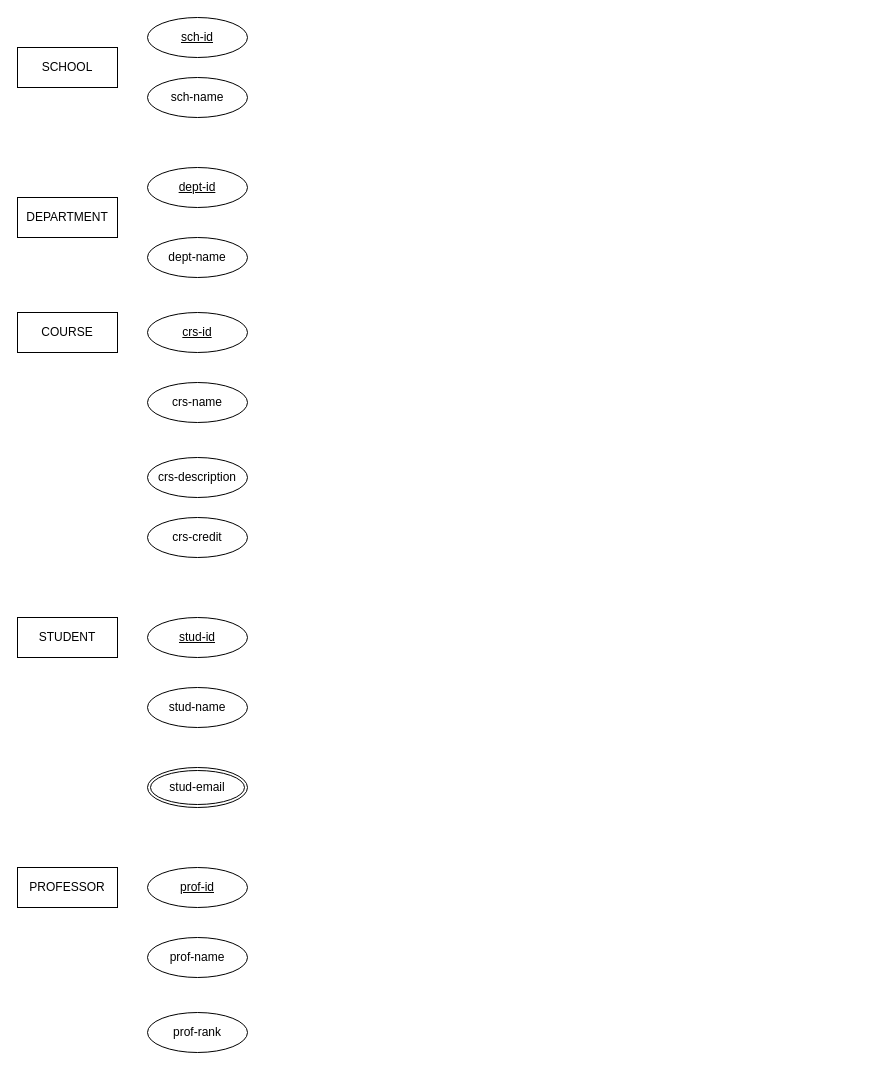
Above: page "校務教務資料庫1" (3 of 4) of HW1/HW1.drawio in alicejimmy/2022-Bioinformatics-and-Medical-Databases-HW (draw.io), before the change. Source tidied: cells renumbered, new cells numbered last; positions are measured from the earlier drawing's top-left corner, leaving out a move shared by most shapes. Both pictures are drawn from the tidied source at 100%, with x=0, y=0 at pixel (17, 17).
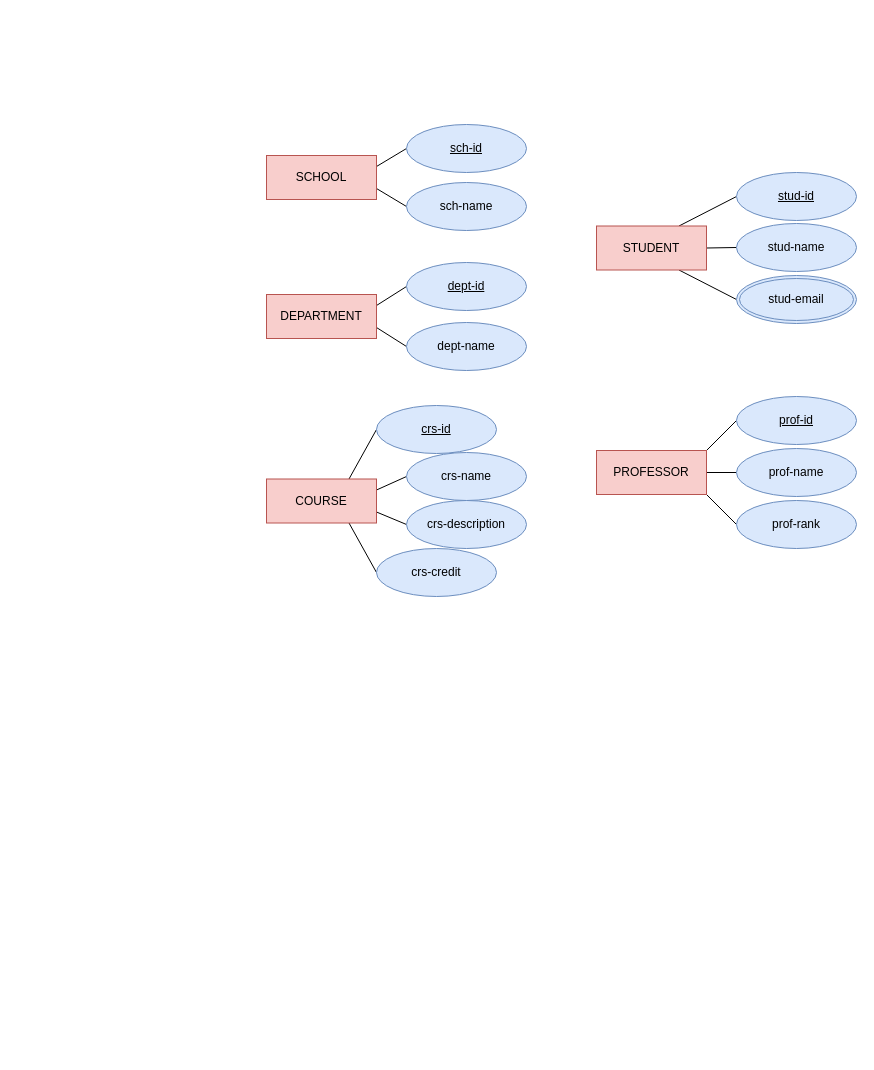
The same page after the edit.

What changed in the source:
```diff
@@
+    <mxCell id="21" style="rounded=0;jettySize=auto;html=1;exitX=1;exitY=0.25;exitDx=0;exitDy=0;entryX=0;entryY=0.5;entryDx=0;entryDy=0;endArrow=none;endFill=0;" parent="1" edge="1" source="2" target="3">
+      <mxGeometry relative="1" as="geometry" />
+    </mxCell>
+    <mxCell id="22" style="edgeStyle=none;rounded=0;jettySize=auto;html=1;exitX=1;exitY=0.75;exitDx=0;exitDy=0;entryX=0;entryY=0.5;entryDx=0;entryDy=0;endArrow=none;endFill=0;" parent="1" edge="1" source="2" target="4">
+      <mxGeometry relative="1" as="geometry" />
+    </mxCell>
-    <mxCell id="2" value="SCHOOL" style="whiteSpace=wrap;html=1;align=center;" parent="1" vertex="1">
-      <mxGeometry y="30" width="100" height="40" as="geometry" />
+    <mxCell id="2" value="SCHOOL" style="whiteSpace=wrap;html=1;align=center;fillColor=#f8cecc;strokeColor=#b85450;" parent="1" vertex="1">
+      <mxGeometry x="249" y="138" width="110" height="44" as="geometry" />
     </mxCell>
-    <mxCell id="3" value="sch-id" style="ellipse;whiteSpace=wrap;html=1;align=center;fontStyle=4;" parent="1" vertex="1">
-      <mxGeometry x="130" width="100" height="40" as="geometry" />
+    <mxCell id="3" value="sch-id" style="ellipse;whiteSpace=wrap;html=1;align=center;fontStyle=4;fillColor=#dae8fc;strokeColor=#6c8ebf;" parent="1" vertex="1">
+      <mxGeometry x="389" y="107" width="120" height="48" as="geometry" />
     </mxCell>
-    <mxCell id="4" value="sch-name" style="ellipse;whiteSpace=wrap;html=1;align=center;" parent="1" vertex="1">
-      <mxGeometry x="130" y="60" width="100" height="40" as="geometry" />
+    <mxCell id="4" value="sch-name" style="ellipse;whiteSpace=wrap;html=1;align=center;fillColor=#dae8fc;strokeColor=#6c8ebf;" parent="1" vertex="1">
+      <mxGeometry x="389" y="165" width="120" height="48" as="geometry" />
     </mxCell>
+    <mxCell id="23" style="edgeStyle=none;rounded=0;jettySize=auto;html=1;exitX=1;exitY=0.25;exitDx=0;exitDy=0;entryX=0;entryY=0.5;entryDx=0;entryDy=0;endArrow=none;endFill=0;" parent="1" edge="1" source="5" target="6">
+      <mxGeometry relative="1" as="geometry" />
+    </mxCell>
+    <mxCell id="24" style="edgeStyle=none;rounded=0;jettySize=auto;html=1;exitX=1;exitY=0.75;exitDx=0;exitDy=0;entryX=0;entryY=0.5;entryDx=0;entryDy=0;endArrow=none;endFill=0;" parent="1" edge="1" source="5" target="7">
+      <mxGeometry relative="1" as="geometry" />
+    </mxCell>
-    <mxCell id="5" value="DEPARTMENT" style="whiteSpace=wrap;html=1;align=center;" parent="1" vertex="1">
-      <mxGeometry y="180" width="100" height="40" as="geometry" />
+    <mxCell id="5" value="DEPARTMENT" style="whiteSpace=wrap;html=1;align=center;fillColor=#f8cecc;strokeColor=#b85450;" parent="1" vertex="1">
+      <mxGeometry x="249" y="277" width="110" height="44" as="geometry" />
     </mxCell>
-    <mxCell id="6" value="dept-id" style="ellipse;whiteSpace=wrap;html=1;align=center;fontStyle=4;" parent="1" vertex="1">
-      <mxGeometry x="130" y="150" width="100" height="40" as="geometry" />
+    <mxCell id="6" value="dept-id" style="ellipse;whiteSpace=wrap;html=1;align=center;fontStyle=4;fillColor=#dae8fc;strokeColor=#6c8ebf;" parent="1" vertex="1">
+      <mxGeometry x="389" y="245" width="120" height="48" as="geometry" />
     </mxCell>
-    <mxCell id="7" value="dept-name" style="ellipse;whiteSpace=wrap;html=1;align=center;" parent="1" vertex="1">
-      <mxGeometry x="130" y="220" width="100" height="40" as="geometry" />
+    <mxCell id="7" value="dept-name" style="ellipse;whiteSpace=wrap;html=1;align=center;fillColor=#dae8fc;strokeColor=#6c8ebf;" parent="1" vertex="1">
+      <mxGeometry x="389" y="305" width="120" height="48" as="geometry" />
     </mxCell>
+    <mxCell id="25" style="edgeStyle=none;rounded=0;jettySize=auto;html=1;exitX=0.75;exitY=0;exitDx=0;exitDy=0;entryX=0;entryY=0.5;entryDx=0;entryDy=0;endArrow=none;endFill=0;" parent="1" edge="1" source="8" target="9">
+      <mxGeometry relative="1" as="geometry" />
+    </mxCell>
+    <mxCell id="26" style="edgeStyle=none;rounded=0;jettySize=auto;html=1;exitX=1;exitY=0.25;exitDx=0;exitDy=0;entryX=0;entryY=0.5;entryDx=0;entryDy=0;endArrow=none;endFill=0;" parent="1" edge="1" source="8" target="10">
+      <mxGeometry relative="1" as="geometry" />
+    </mxCell>
+    <mxCell id="27" style="edgeStyle=none;rounded=0;jettySize=auto;html=1;exitX=1;exitY=0.75;exitDx=0;exitDy=0;entryX=0;entryY=0.5;entryDx=0;entryDy=0;endArrow=none;endFill=0;" parent="1" edge="1" source="8" target="11">
+      <mxGeometry relative="1" as="geometry" />
+    </mxCell>
+    <mxCell id="28" style="edgeStyle=none;rounded=0;jettySize=auto;html=1;exitX=0.75;exitY=1;exitDx=0;exitDy=0;entryX=0;entryY=0.5;entryDx=0;entryDy=0;endArrow=none;endFill=0;" parent="1" edge="1" source="8" target="12">
+      <mxGeometry relative="1" as="geometry" />
+    </mxCell>
-    <mxCell id="8" value="COURSE" style="whiteSpace=wrap;html=1;align=center;" parent="1" vertex="1">
-      <mxGeometry y="295" width="100" height="40" as="geometry" />
+    <mxCell id="8" value="COURSE" style="whiteSpace=wrap;html=1;align=center;fillColor=#f8cecc;strokeColor=#b85450;" parent="1" vertex="1">
+      <mxGeometry x="249" y="461.5" width="110" height="44" as="geometry" />
     </mxCell>
-    <mxCell id="9" value="crs-id" style="ellipse;whiteSpace=wrap;html=1;align=center;fontStyle=4;" parent="1" vertex="1">
-      <mxGeometry x="130" y="295" width="100" height="40" as="geometry" />
+    <mxCell id="9" value="crs-id" style="ellipse;whiteSpace=wrap;html=1;align=center;fontStyle=4;fillColor=#dae8fc;strokeColor=#6c8ebf;" parent="1" vertex="1">
+      <mxGeometry x="359" y="388" width="120" height="48" as="geometry" />
     </mxCell>
-    <mxCell id="10" value="crs-name" style="ellipse;whiteSpace=wrap;html=1;align=center;" parent="1" vertex="1">
-      <mxGeometry x="130" y="365" width="100" height="40" as="geometry" />
+    <mxCell id="10" value="crs-name" style="ellipse;whiteSpace=wrap;html=1;align=center;fillColor=#dae8fc;strokeColor=#6c8ebf;" parent="1" vertex="1">
+      <mxGeometry x="389" y="435" width="120" height="48" as="geometry" />
     </mxCell>
-    <mxCell id="11" value="crs-description" style="ellipse;whiteSpace=wrap;html=1;align=center;" parent="1" vertex="1">
-      <mxGeometry x="130" y="440" width="100" height="40" as="geometry" />
+    <mxCell id="11" value="crs-description" style="ellipse;whiteSpace=wrap;html=1;align=center;fillColor=#dae8fc;strokeColor=#6c8ebf;" parent="1" vertex="1">
+      <mxGeometry x="389" y="483" width="120" height="48" as="geometry" />
     </mxCell>
-    <mxCell id="12" value="crs-credit" style="ellipse;whiteSpace=wrap;html=1;align=center;" parent="1" vertex="1">
-      <mxGeometry x="130" y="500" width="100" height="40" as="geometry" />
+    <mxCell id="12" value="crs-credit" style="ellipse;whiteSpace=wrap;html=1;align=center;fillColor=#dae8fc;strokeColor=#6c8ebf;" parent="1" vertex="1">
+      <mxGeometry x="359" y="531" width="120" height="48" as="geometry" />
     </mxCell>
+    <mxCell id="29" style="edgeStyle=none;rounded=0;jettySize=auto;html=1;exitX=0.75;exitY=0;exitDx=0;exitDy=0;entryX=0;entryY=0.5;entryDx=0;entryDy=0;endArrow=none;endFill=0;" parent="1" edge="1" source="13" target="14">
+      <mxGeometry relative="1" as="geometry" />
+    </mxCell>
+    <mxCell id="30" style="edgeStyle=none;rounded=0;jettySize=auto;html=1;exitX=1;exitY=0.5;exitDx=0;exitDy=0;entryX=0;entryY=0.5;entryDx=0;entryDy=0;endArrow=none;endFill=0;" parent="1" edge="1" source="13" target="15">
+      <mxGeometry relative="1" as="geometry" />
+    </mxCell>
+    <mxCell id="31" style="edgeStyle=none;rounded=0;jettySize=auto;html=1;exitX=0.75;exitY=1;exitDx=0;exitDy=0;entryX=0;entryY=0.5;entryDx=0;entryDy=0;endArrow=none;endFill=0;" parent="1" edge="1" source="13" target="16">
+      <mxGeometry relative="1" as="geometry" />
+    </mxCell>
-    <mxCell id="13" value="STUDENT" style="whiteSpace=wrap;html=1;align=center;" parent="1" vertex="1">
-      <mxGeometry y="600" width="100" height="40" as="geometry" />
+    <mxCell id="13" value="STUDENT" style="whiteSpace=wrap;html=1;align=center;fillColor=#f8cecc;strokeColor=#b85450;" parent="1" vertex="1">
+      <mxGeometry x="579" y="208.5" width="110" height="44" as="geometry" />
     </mxCell>
-    <mxCell id="14" value="stud-id" style="ellipse;whiteSpace=wrap;html=1;align=center;fontStyle=4;" parent="1" vertex="1">
-      <mxGeometry x="130" y="600" width="100" height="40" as="geometry" />
+    <mxCell id="14" value="stud-id" style="ellipse;whiteSpace=wrap;html=1;align=center;fontStyle=4;fillColor=#dae8fc;strokeColor=#6c8ebf;" parent="1" vertex="1">
+      <mxGeometry x="719" y="155" width="120" height="48" as="geometry" />
     </mxCell>
-    <mxCell id="15" value="stud-name" style="ellipse;whiteSpace=wrap;html=1;align=center;" parent="1" vertex="1">
-      <mxGeometry x="130" y="670" width="100" height="40" as="geometry" />
+    <mxCell id="15" value="stud-name" style="ellipse;whiteSpace=wrap;html=1;align=center;fillColor=#dae8fc;strokeColor=#6c8ebf;" parent="1" vertex="1">
+      <mxGeometry x="719" y="206" width="120" height="48" as="geometry" />
     </mxCell>
-    <mxCell id="16" value="stud-email" style="ellipse;shape=doubleEllipse;margin=3;whiteSpace=wrap;html=1;align=center;" parent="1" vertex="1">
-      <mxGeometry x="130" y="750" width="100" height="40" as="geometry" />
+    <mxCell id="16" value="stud-email" style="ellipse;shape=doubleEllipse;margin=3;whiteSpace=wrap;html=1;align=center;fillColor=#dae8fc;strokeColor=#6c8ebf;" parent="1" vertex="1">
+      <mxGeometry x="719" y="258" width="120" height="48" as="geometry" />
     </mxCell>
+    <mxCell id="32" style="edgeStyle=none;rounded=0;jettySize=auto;html=1;exitX=1;exitY=0;exitDx=0;exitDy=0;entryX=0;entryY=0.5;entryDx=0;entryDy=0;endArrow=none;endFill=0;" parent="1" edge="1" source="17" target="18">
+      <mxGeometry relative="1" as="geometry" />
+    </mxCell>
+    <mxCell id="33" style="edgeStyle=none;rounded=0;jettySize=auto;html=1;exitX=1;exitY=0.5;exitDx=0;exitDy=0;entryX=0;entryY=0.5;entryDx=0;entryDy=0;endArrow=none;endFill=0;" parent="1" edge="1" source="17" target="19">
+      <mxGeometry relative="1" as="geometry" />
+    </mxCell>
+    <mxCell id="34" style="edgeStyle=none;rounded=0;jettySize=auto;html=1;exitX=1;exitY=1;exitDx=0;exitDy=0;entryX=0;entryY=0.5;entryDx=0;entryDy=0;endArrow=none;endFill=0;" parent="1" edge="1" source="17" target="20">
+      <mxGeometry relative="1" as="geometry" />
+    </mxCell>
-    <mxCell id="17" value="PROFESSOR" style="whiteSpace=wrap;html=1;align=center;" parent="1" vertex="1">
-      <mxGeometry y="850" width="100" height="40" as="geometry" />
+    <mxCell id="17" value="PROFESSOR" style="whiteSpace=wrap;html=1;align=center;fillColor=#f8cecc;strokeColor=#b85450;" parent="1" vertex="1">
+      <mxGeometry x="579" y="433" width="110" height="44" as="geometry" />
     </mxCell>
-    <mxCell id="18" value="prof-id" style="ellipse;whiteSpace=wrap;html=1;align=center;fontStyle=4;" parent="1" vertex="1">
-      <mxGeometry x="130" y="850" width="100" height="40" as="geometry" />
+    <mxCell id="18" value="prof-id" style="ellipse;whiteSpace=wrap;html=1;align=center;fontStyle=4;fillColor=#dae8fc;strokeColor=#6c8ebf;" parent="1" vertex="1">
+      <mxGeometry x="719" y="379" width="120" height="48" as="geometry" />
     </mxCell>
-    <mxCell id="19" value="prof-name" style="ellipse;whiteSpace=wrap;html=1;align=center;" parent="1" vertex="1">
-      <mxGeometry x="130" y="920" width="100" height="40" as="geometry" />
+    <mxCell id="19" value="prof-name" style="ellipse;whiteSpace=wrap;html=1;align=center;fillColor=#dae8fc;strokeColor=#6c8ebf;" parent="1" vertex="1">
+      <mxGeometry x="719" y="431" width="120" height="48" as="geometry" />
     </mxCell>
-    <mxCell id="20" value="prof-rank" style="ellipse;whiteSpace=wrap;html=1;align=center;" parent="1" vertex="1">
-      <mxGeometry x="130" y="995" width="100" height="40" as="geometry" />
+    <mxCell id="20" value="prof-rank" style="ellipse;whiteSpace=wrap;html=1;align=center;fillColor=#dae8fc;strokeColor=#6c8ebf;" parent="1" vertex="1">
+      <mxGeometry x="719" y="483" width="120" height="48" as="geometry" />
     </mxCell>
```
